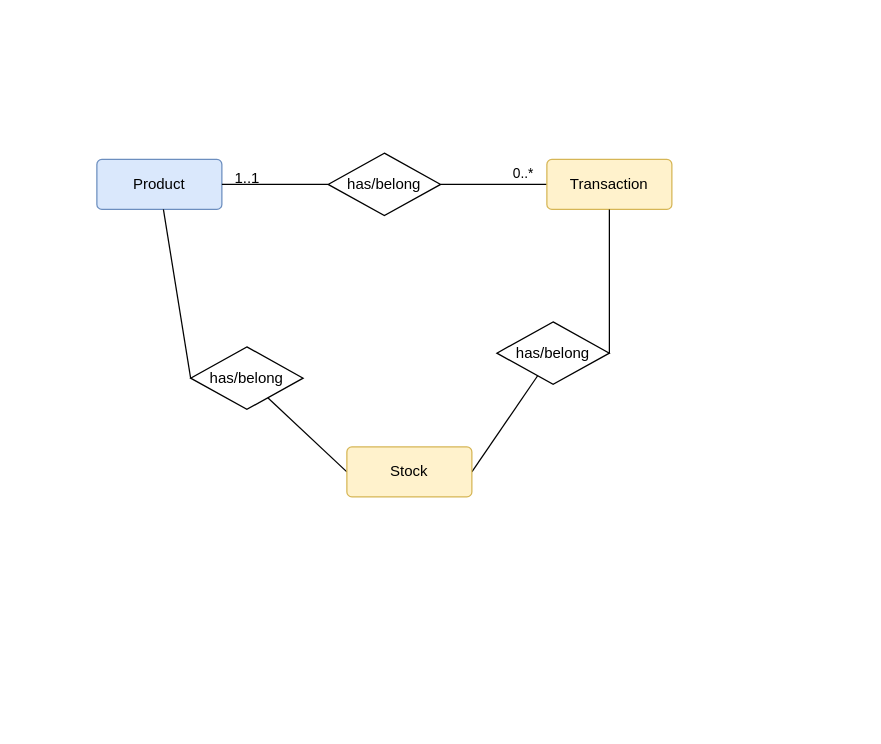
The draw.io diagram model.drawio in joseleonec/inventory-system, before the edit. Source tidied: cells renumbered, new cells numbered last; positions are measured from the earlier drawing's top-left corner, leaving out a move shared by most shapes. Both pictures are drawn from the tidied source at 125%, with x=0, y=0 at pixel (96, 152).
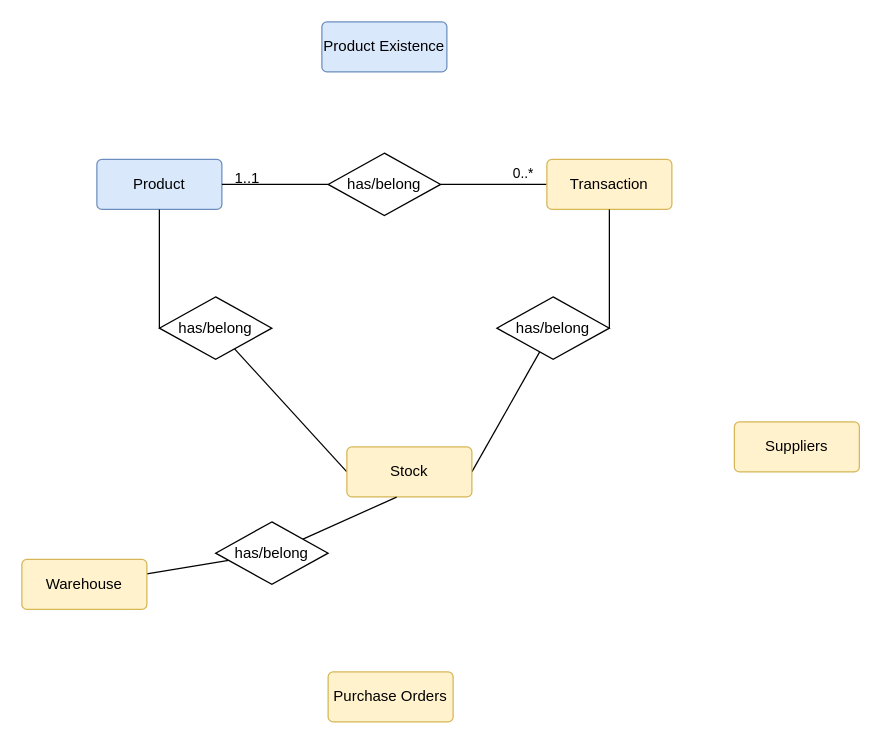
Above is the later version.

Commit message:
chore: update model.drawio to adjust layout and add new entities for Warehouse, Suppliers, and Purchase Orders

The change refers to these unchanged cells:
```xml
<mxCell id="11" value="&lt;div&gt;&lt;span style=&quot;background-color: transparent;&quot;&gt;Stock&lt;/span&gt;&lt;/div&gt;" style="rounded=1;arcSize=10;whiteSpace=wrap;html=1;align=center;fillColor=#fff2cc;strokeColor=#d6b656;" parent="1" vertex="1">
  <mxGeometry x="200" y="235" width="100" height="40" as="geometry" />
</mxCell>
```

Change to the diagram source:
```diff
@@
+    <mxCell id="16" style="edgeStyle=none;html=1;fontFamily=Helvetica;fontSize=12;fontColor=default;endArrow=none;endFill=0;" parent="1" edge="1" source="21" target="17">
+      <mxGeometry relative="1" as="geometry" />
+    </mxCell>
@@
     <mxCell id="13" value="has/belong" style="shape=rhombus;perimeter=rhombusPerimeter;whiteSpace=wrap;html=1;align=center;" parent="1" vertex="1">
-      <mxGeometry x="75" y="155" width="90" height="50" as="geometry" />
+      <mxGeometry x="50" y="115" width="90" height="50" as="geometry" />
     </mxCell>
@@
     <mxCell id="15" value="has/belong" style="shape=rhombus;perimeter=rhombusPerimeter;whiteSpace=wrap;html=1;align=center;" parent="1" vertex="1">
-      <mxGeometry x="320" y="135" width="90" height="50" as="geometry" />
+      <mxGeometry x="320" y="115" width="90" height="50" as="geometry" />
     </mxCell>
+    <mxCell id="17" value="Warehouse" style="rounded=1;arcSize=10;whiteSpace=wrap;html=1;align=center;fillColor=#fff2cc;strokeColor=#d6b656;" parent="1" vertex="1">
+      <mxGeometry x="-60" y="325" width="100" height="40" as="geometry" />
+    </mxCell>
+    <mxCell id="18" value="Suppliers" style="rounded=1;arcSize=10;whiteSpace=wrap;html=1;align=center;fillColor=#fff2cc;strokeColor=#d6b656;" parent="1" vertex="1">
+      <mxGeometry x="510" y="215" width="100" height="40" as="geometry" />
+    </mxCell>
+    <mxCell id="19" value="Purchase Orders" style="rounded=1;arcSize=10;whiteSpace=wrap;html=1;align=center;fillColor=#fff2cc;strokeColor=#d6b656;" parent="1" vertex="1">
+      <mxGeometry x="185" y="415" width="100" height="40" as="geometry" />
+    </mxCell>
+    <mxCell id="20" style="edgeStyle=none;html=1;fontFamily=Helvetica;fontSize=12;fontColor=default;endArrow=none;endFill=0;exitX=0.398;exitY=1.004;exitDx=0;exitDy=0;exitPerimeter=0;" parent="1" edge="1" source="11" target="21">
+      <mxGeometry relative="1" as="geometry" />
+    </mxCell>
+    <mxCell id="21" value="has/belong" style="shape=rhombus;perimeter=rhombusPerimeter;whiteSpace=wrap;html=1;align=center;" parent="1" vertex="1">
+      <mxGeometry x="95" y="295" width="90" height="50" as="geometry" />
+    </mxCell>
+    <mxCell id="22" value="&lt;span style=&quot;color: rgb(0, 0, 0);&quot;&gt;Product Existence&lt;/span&gt;" style="rounded=1;arcSize=10;whiteSpace=wrap;html=1;align=center;fillColor=#dae8fc;strokeColor=#6c8ebf;" parent="1" vertex="1">
+      <mxGeometry x="180" y="-105" width="100" height="40" as="geometry" />
+    </mxCell>
```
